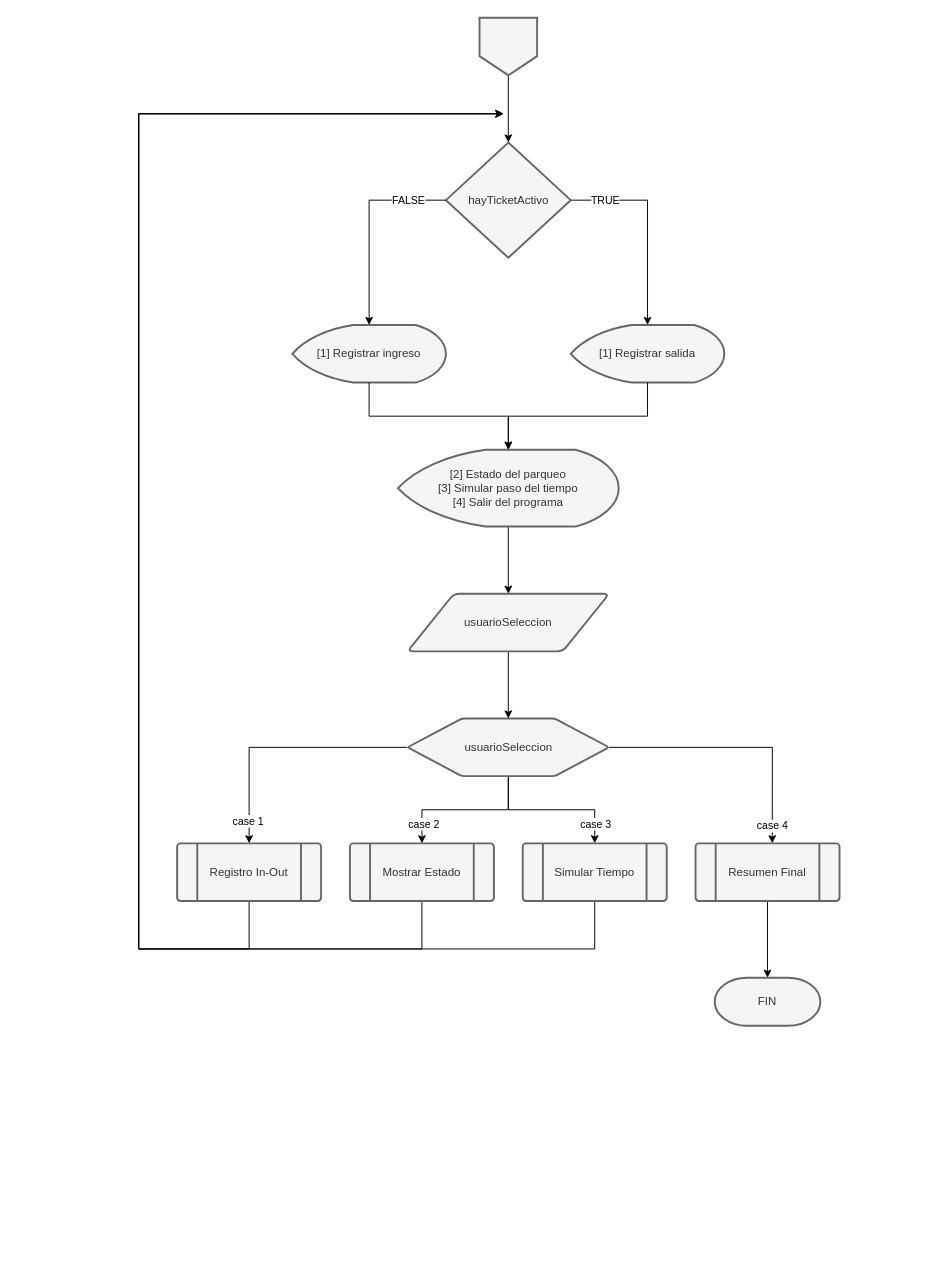
Above: page "Menu Principal" (2 of 6) of docs/Graficos.drawio in xrmerida/SmartPark (draw.io), before the change. Source tidied: cells renumbered, new cells numbered last; positions are measured from the earlier drawing's top-left corner, leaving out a move shared by most shapes. Both pictures are drawn from the tidied source at 96%, with x=0, y=0 at pixel (138, 17).
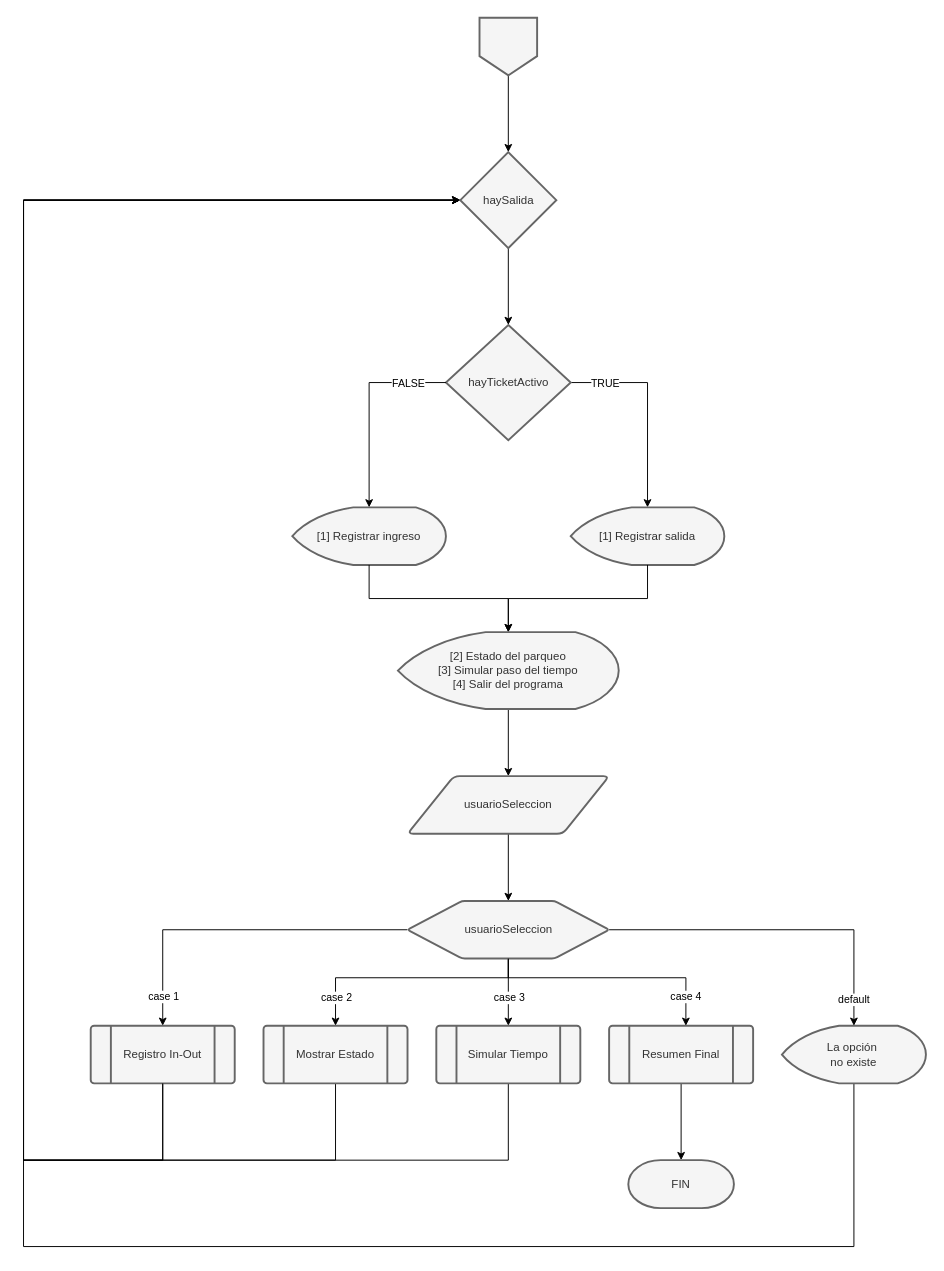
The same page after the edit.

The change refers to these unchanged cells:
```xml
<mxCell id="13" style="edgeStyle=orthogonalEdgeStyle;rounded=0;jettySize=auto;html=1;exitX=0;exitY=0.5;exitDx=0;exitDy=0;entryX=0.5;entryY=0;entryDx=0;entryDy=0;" parent="1" edge="1" source="19" target="27">
  <mxGeometry relative="1" as="geometry" />
</mxCell>
<mxCell id="17" style="edgeStyle=orthogonalEdgeStyle;rounded=0;jettySize=auto;html=1;exitX=0.5;exitY=1;exitDx=0;exitDy=0;entryX=0.5;entryY=0;entryDx=0;entryDy=0;" parent="1" edge="1" source="19" target="25">
  <mxGeometry relative="1" as="geometry" />
</mxCell>
<mxCell id="33" style="verticalLabelPosition=middle;verticalAlign=middle;html=1;shape=offPageConnector;rounded=0;size=0.3333333333333333;fillColor=#f5f5f5;fontColor=#333333;strokeColor=#666666;strokeWidth=2;align=center;labelPosition=center;" parent="1" vertex="1">
  <mxGeometry x="355" width="60" height="60" as="geometry" />
</mxCell>
```

Change to the diagram source:
```diff
@@
     <mxCell id="4" value="hayTicketActivo" style="strokeWidth=2;html=1;shape=mxgraph.flowchart.decision;fillColor=#f5f5f5;fontColor=#333333;strokeColor=#666666;verticalAlign=middle;align=center;labelPosition=center;verticalLabelPosition=middle;shadow=0;" parent="1" vertex="1">
-      <mxGeometry x="320" y="130" width="130" height="120" as="geometry" />
+      <mxGeometry x="320" y="320" width="130" height="120" as="geometry" />
     </mxCell>
     <mxCell id="5" value="[1] Registrar salida" style="strokeWidth=2;html=1;shape=mxgraph.flowchart.display;whiteSpace=wrap;fillColor=#f5f5f5;fontColor=#333333;strokeColor=#666666;verticalAlign=middle;align=center;labelPosition=center;verticalLabelPosition=middle;" parent="1" vertex="1">
-      <mxGeometry x="450" y="320" width="160" height="60" as="geometry" />
+      <mxGeometry x="450" y="510" width="160" height="60" as="geometry" />
     </mxCell>
     <mxCell id="6" value="[1] Registrar ingreso" style="strokeWidth=2;html=1;shape=mxgraph.flowchart.display;whiteSpace=wrap;fillColor=#f5f5f5;fontColor=#333333;strokeColor=#666666;verticalAlign=middle;align=center;labelPosition=center;verticalLabelPosition=middle;" parent="1" vertex="1">
-      <mxGeometry x="160" y="320" width="160" height="60" as="geometry" />
+      <mxGeometry x="160" y="510" width="160" height="60" as="geometry" />
     </mxCell>
@@
     <mxCell id="10" value="&lt;div&gt;[2] Estado del parqueo&lt;/div&gt;&lt;div&gt;[3] Simular paso del tiempo&lt;/div&gt;&lt;div&gt;[4] Salir del programa&lt;/div&gt;" style="strokeWidth=2;html=1;shape=mxgraph.flowchart.display;whiteSpace=wrap;fillColor=#f5f5f5;fontColor=#333333;strokeColor=#666666;verticalAlign=middle;align=center;labelPosition=center;verticalLabelPosition=middle;" parent="1" vertex="1">
-      <mxGeometry x="270" y="450" width="230" height="80" as="geometry" />
+      <mxGeometry x="270" y="640" width="230" height="80" as="geometry" />
     </mxCell>
@@
     <mxCell id="14" value="&lt;div&gt;case 1&lt;/div&gt;" style="edgeLabel;html=1;align=center;verticalAlign=middle;" parent="13" vertex="1">
-      <mxGeometry x="0.82" y="-2" relative="1" as="geometry" />
+      <mxGeometry x="0.82" y="-2" relative="1" as="geometry">
+        <mxPoint x="2" y="1" as="offset" />
+      </mxGeometry>
     </mxCell>
     <mxCell id="15" style="edgeStyle=orthogonalEdgeStyle;rounded=0;jettySize=auto;html=1;exitX=0.5;exitY=1;exitDx=0;exitDy=0;" parent="1" edge="1" source="19" target="23">
-      <mxGeometry relative="1" as="geometry" />
+      <mxGeometry relative="1" as="geometry">
+        <Array as="points">
+          <mxPoint x="385" y="1000" />
+          <mxPoint x="205" y="1000" />
+        </Array>
+      </mxGeometry>
     </mxCell>
     <mxCell id="16" value="case 2" style="edgeLabel;html=1;align=center;verticalAlign=middle;" parent="15" vertex="1">
-      <mxGeometry x="0.74" y="1" relative="1" as="geometry" />
+      <mxGeometry x="0.74" y="1" relative="1" as="geometry">
+        <mxPoint x="-1" y="2" as="offset" />
+      </mxGeometry>
     </mxCell>
@@
     <mxCell id="18" value="case 3" style="edgeLabel;html=1;align=center;verticalAlign=middle;" parent="17" vertex="1">
-      <mxGeometry x="0.74" relative="1" as="geometry" />
+      <mxGeometry x="0.74" relative="1" as="geometry">
+        <mxPoint y="-21" as="offset" />
+      </mxGeometry>
     </mxCell>
     <mxCell id="19" value="usuarioSeleccion" style="verticalLabelPosition=middle;verticalAlign=middle;html=1;shape=hexagon;perimeter=hexagonPerimeter2;arcSize=6;size=0.27;fillColor=#f5f5f5;fontColor=#333333;strokeColor=#666666;strokeWidth=2;rounded=1;align=center;labelPosition=center;" parent="1" vertex="1">
-      <mxGeometry x="280" y="730" width="210" height="60" as="geometry" />
+      <mxGeometry x="280" y="920" width="210" height="60" as="geometry" />
     </mxCell>
@@
     <mxCell id="21" value="usuarioSeleccion" style="shape=parallelogram;html=1;strokeWidth=2;perimeter=parallelogramPerimeter;whiteSpace=wrap;rounded=1;arcSize=12;size=0.23;fillColor=#f5f5f5;fontColor=#333333;strokeColor=#666666;verticalAlign=middle;align=center;labelPosition=center;verticalLabelPosition=middle;" parent="1" vertex="1">
-      <mxGeometry x="280" y="600" width="210" height="60" as="geometry" />
+      <mxGeometry x="280" y="790" width="210" height="60" as="geometry" />
     </mxCell>
-    <mxCell id="22" style="edgeStyle=orthogonalEdgeStyle;rounded=0;jettySize=auto;html=1;exitX=0.5;exitY=1;exitDx=0;exitDy=0;" parent="1" edge="1" source="23">
+    <mxCell id="22" style="edgeStyle=orthogonalEdgeStyle;rounded=0;jettySize=auto;html=1;exitX=0.5;exitY=1;exitDx=0;exitDy=0;entryX=0;entryY=0.5;entryDx=0;entryDy=0;entryPerimeter=0;" parent="1" edge="1" source="23" target="42">
       <mxGeometry relative="1" as="geometry">
-        <mxPoint x="380" y="100" as="targetPoint" />
         <Array as="points">
-          <mxPoint x="295" y="970" />
-          <mxPoint y="970" />
-          <mxPoint y="100" />
+          <mxPoint x="205" y="1190" />
+          <mxPoint x="-120" y="1190" />
+          <mxPoint x="-120" y="190" />
         </Array>
       </mxGeometry>
     </mxCell>
     <mxCell id="23" value="Mostrar Estado" style="verticalLabelPosition=middle;verticalAlign=middle;html=1;shape=process;whiteSpace=wrap;rounded=1;size=0.14;arcSize=6;fillColor=#f5f5f5;fontColor=#333333;strokeColor=#666666;strokeWidth=2;align=center;labelPosition=center;" parent="1" vertex="1">
-      <mxGeometry x="220" y="860" width="150" height="60" as="geometry" />
+      <mxGeometry x="130" y="1050" width="150" height="60" as="geometry" />
     </mxCell>
-    <mxCell id="24" style="edgeStyle=orthogonalEdgeStyle;rounded=0;jettySize=auto;html=1;exitX=0.5;exitY=1;exitDx=0;exitDy=0;" parent="1" edge="1" source="25">
+    <mxCell id="24" style="edgeStyle=orthogonalEdgeStyle;rounded=0;jettySize=auto;html=1;exitX=0.5;exitY=1;exitDx=0;exitDy=0;entryX=0;entryY=0.5;entryDx=0;entryDy=0;entryPerimeter=0;" parent="1" edge="1" source="25" target="42">
       <mxGeometry relative="1" as="geometry">
-        <mxPoint x="380" y="100" as="targetPoint" />
         <Array as="points">
-          <mxPoint x="475" y="970" />
-          <mxPoint y="970" />
-          <mxPoint y="100" />
+          <mxPoint x="385" y="1190" />
+          <mxPoint x="-120" y="1190" />
+          <mxPoint x="-120" y="190" />
         </Array>
       </mxGeometry>
     </mxCell>
     <mxCell id="25" value="Simular Tiempo" style="verticalLabelPosition=middle;verticalAlign=middle;html=1;shape=process;whiteSpace=wrap;rounded=1;size=0.14;arcSize=6;fillColor=#f5f5f5;fontColor=#333333;strokeColor=#666666;strokeWidth=2;align=center;labelPosition=center;" parent="1" vertex="1">
-      <mxGeometry x="400" y="860" width="150" height="60" as="geometry" />
+      <mxGeometry x="310" y="1050" width="150" height="60" as="geometry" />
     </mxCell>
-    <mxCell id="26" style="edgeStyle=orthogonalEdgeStyle;rounded=0;jettySize=auto;html=1;exitX=0.5;exitY=1;exitDx=0;exitDy=0;" parent="1" edge="1" source="27">
+    <mxCell id="26" style="edgeStyle=orthogonalEdgeStyle;rounded=0;jettySize=auto;html=1;exitX=0.5;exitY=1;exitDx=0;exitDy=0;entryX=0;entryY=0.5;entryDx=0;entryDy=0;entryPerimeter=0;" parent="1" edge="1" source="27" target="42">
       <mxGeometry relative="1" as="geometry">
-        <mxPoint x="380" y="100" as="targetPoint" />
         <Array as="points">
-          <mxPoint x="115" y="970" />
-          <mxPoint y="970" />
-          <mxPoint y="100" />
+          <mxPoint x="25" y="1190" />
+          <mxPoint x="-120" y="1190" />
+          <mxPoint x="-120" y="190" />
         </Array>
       </mxGeometry>
     </mxCell>
     <mxCell id="27" value="Registro In-Out" style="verticalLabelPosition=middle;verticalAlign=middle;html=1;shape=process;whiteSpace=wrap;rounded=1;size=0.14;arcSize=6;fillColor=#f5f5f5;fontColor=#333333;strokeColor=#666666;strokeWidth=2;align=center;labelPosition=center;" parent="1" vertex="1">
-      <mxGeometry x="40" y="860" width="150" height="60" as="geometry" />
+      <mxGeometry x="-50" y="1050" width="150" height="60" as="geometry" />
     </mxCell>
@@
     <mxCell id="29" value="Resumen Final" style="verticalLabelPosition=middle;verticalAlign=middle;html=1;shape=process;whiteSpace=wrap;rounded=1;size=0.14;arcSize=6;fillColor=#f5f5f5;fontColor=#333333;strokeColor=#666666;strokeWidth=2;align=center;labelPosition=center;" parent="1" vertex="1">
-      <mxGeometry x="580" y="860" width="150" height="60" as="geometry" />
+      <mxGeometry x="490" y="1050" width="150" height="60" as="geometry" />
     </mxCell>
-    <mxCell id="30" style="edgeStyle=orthogonalEdgeStyle;rounded=0;jettySize=auto;html=1;exitX=1;exitY=0.5;exitDx=0;exitDy=0;entryX=0.533;entryY=0;entryDx=0;entryDy=0;entryPerimeter=0;" parent="1" edge="1" source="19" target="29">
-      <mxGeometry relative="1" as="geometry" />
+    <mxCell id="30" style="edgeStyle=orthogonalEdgeStyle;rounded=0;jettySize=auto;html=1;exitX=0.5;exitY=1;exitDx=0;exitDy=0;entryX=0.533;entryY=0;entryDx=0;entryDy=0;entryPerimeter=0;" parent="1" edge="1" source="19" target="29">
+      <mxGeometry relative="1" as="geometry">
+        <Array as="points">
+          <mxPoint x="385" y="1000" />
+          <mxPoint x="570" y="1000" />
+        </Array>
+      </mxGeometry>
     </mxCell>
     <mxCell id="31" value="case 4" style="edgeLabel;html=1;align=center;verticalAlign=middle;" parent="30" vertex="1">
-      <mxGeometry x="0.87" relative="1" as="geometry" />
+      <mxGeometry x="0.87" relative="1" as="geometry">
+        <mxPoint y="-13" as="offset" />
+      </mxGeometry>
     </mxCell>
-    <mxCell id="32" style="edgeStyle=orthogonalEdgeStyle;rounded=0;jettySize=auto;html=1;" parent="1" edge="1" source="33" target="4">
-      <mxGeometry relative="1" as="geometry" />
-    </mxCell>
+    <mxCell id="35" style="edgeStyle=orthogonalEdgeStyle;rounded=0;jettySize=auto;html=1;" parent="1" edge="1" source="33" target="42">
+      <mxGeometry relative="1" as="geometry" />
+    </mxCell>
@@
     <mxCell id="34" value="FIN" style="strokeWidth=2;html=1;shape=mxgraph.flowchart.terminator;whiteSpace=wrap;fillColor=#f5f5f5;fontColor=#333333;strokeColor=#666666;verticalAlign=middle;align=center;labelPosition=center;verticalLabelPosition=middle;" parent="1" vertex="1">
-      <mxGeometry x="600" y="1000" width="110" height="50" as="geometry" />
+      <mxGeometry x="510" y="1190" width="110" height="50" as="geometry" />
     </mxCell>
+    <mxCell id="36" style="edgeStyle=orthogonalEdgeStyle;rounded=0;jettySize=auto;html=1;exitX=0.5;exitY=1;exitDx=0;exitDy=0;entryX=0;entryY=0.5;entryDx=0;entryDy=0;entryPerimeter=0;" parent="1" edge="1" source="27" target="42">
+      <mxGeometry relative="1" as="geometry">
+        <Array as="points">
+          <mxPoint x="25" y="1190" />
+          <mxPoint x="-120" y="1190" />
+          <mxPoint x="-120" y="190" />
+        </Array>
+      </mxGeometry>
+    </mxCell>
+    <mxCell id="37" style="edgeStyle=orthogonalEdgeStyle;rounded=0;jettySize=auto;html=1;exitX=0.5;exitY=1;exitDx=0;exitDy=0;exitPerimeter=0;entryX=0;entryY=0.5;entryDx=0;entryDy=0;entryPerimeter=0;" parent="1" edge="1" source="38" target="42">
+      <mxGeometry relative="1" as="geometry">
+        <Array as="points">
+          <mxPoint x="745" y="1280" />
+          <mxPoint x="-120" y="1280" />
+          <mxPoint x="-120" y="190" />
+        </Array>
+      </mxGeometry>
+    </mxCell>
+    <mxCell id="38" value="&lt;div&gt;La opción&amp;nbsp;&lt;/div&gt;&lt;div&gt;no existe&lt;/div&gt;" style="strokeWidth=2;html=1;shape=mxgraph.flowchart.display;whiteSpace=wrap;fillColor=#f5f5f5;fontColor=#333333;strokeColor=#666666;verticalAlign=middle;align=center;labelPosition=center;verticalLabelPosition=middle;" parent="1" vertex="1">
+      <mxGeometry x="670" y="1050" width="150" height="60" as="geometry" />
+    </mxCell>
+    <mxCell id="39" style="edgeStyle=orthogonalEdgeStyle;rounded=0;jettySize=auto;html=1;exitX=1;exitY=0.5;exitDx=0;exitDy=0;entryX=0.5;entryY=0;entryDx=0;entryDy=0;entryPerimeter=0;" parent="1" edge="1" source="19" target="38">
+      <mxGeometry relative="1" as="geometry" />
+    </mxCell>
+    <mxCell id="40" value="default" style="edgeLabel;html=1;align=center;verticalAlign=middle;" parent="39" vertex="1">
+      <mxGeometry x="0.84" y="-1" relative="1" as="geometry" />
+    </mxCell>
+    <mxCell id="41" style="edgeStyle=orthogonalEdgeStyle;rounded=0;jettySize=auto;html=1;" parent="1" edge="1" source="42" target="4">
+      <mxGeometry relative="1" as="geometry" />
+    </mxCell>
+    <mxCell id="42" value="haySalida" style="strokeWidth=2;html=1;shape=mxgraph.flowchart.decision;fillColor=#f5f5f5;fontColor=#333333;strokeColor=#666666;verticalAlign=middle;align=center;labelPosition=center;verticalLabelPosition=middle;shadow=0;" parent="1" vertex="1">
+      <mxGeometry x="335" y="140" width="100" height="100" as="geometry" />
+    </mxCell>
```
